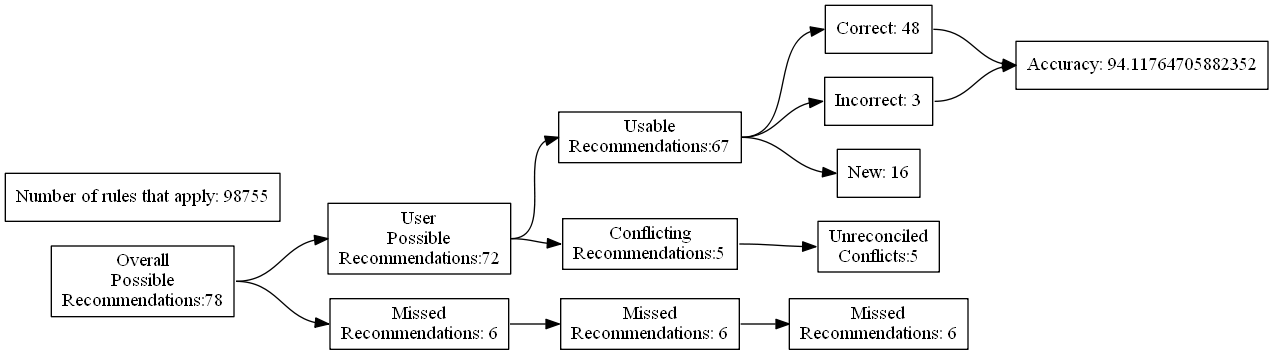
Above: test_renders/22.gv.png in ZaxR/ibd_diet_analysis (Graphviz), before the change. Its source is kept beside it as test_renders/22.gv.
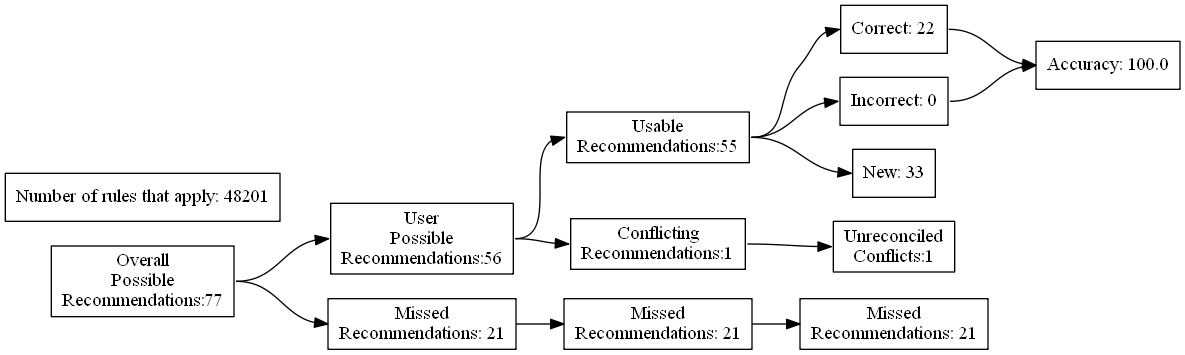
Later version of the same file.

Change to the diagram source:
```diff
@@ -4,27 +4,27 @@
 	edge [headport=w tailport=e]
 		A [label="Overall
 Possible
-Recommendations:78"]
+Recommendations:77"]
 		B [label="User
 Possible
-Recommendations:72"]
+Recommendations:56"]
 		C [label="Missed
-Recommendations: 6"]
+Recommendations: 21"]
 		D [label="Usable
-Recommendations:67"]
+Recommendations:55"]
 		E [label="Conflicting
-Recommendations:5"]
+Recommendations:1"]
 		J [label="Missed
-Recommendations: 6"]
+Recommendations: 21"]
 		M [label="Unreconciled
-Conflicts:5"]
-		F [label="Correct: 48"]
-		G [label="Incorrect: 3"]
-		H [label="New: 16"]
+Conflicts:1"]
+		F [label="Correct: 22"]
+		G [label="Incorrect: 0"]
+		H [label="New: 33"]
 		K [label="Missed
-Recommendations: 6"]
-		I [label="Accuracy: 94.11764705882352"]
-		l [label="Number of rules that apply: 98755"]
+Recommendations: 21"]
+		I [label="Accuracy: 100.0"]
+		l [label="Number of rules that apply: 48201"]
 			A -> B
 			A -> C
 			B -> D
```
